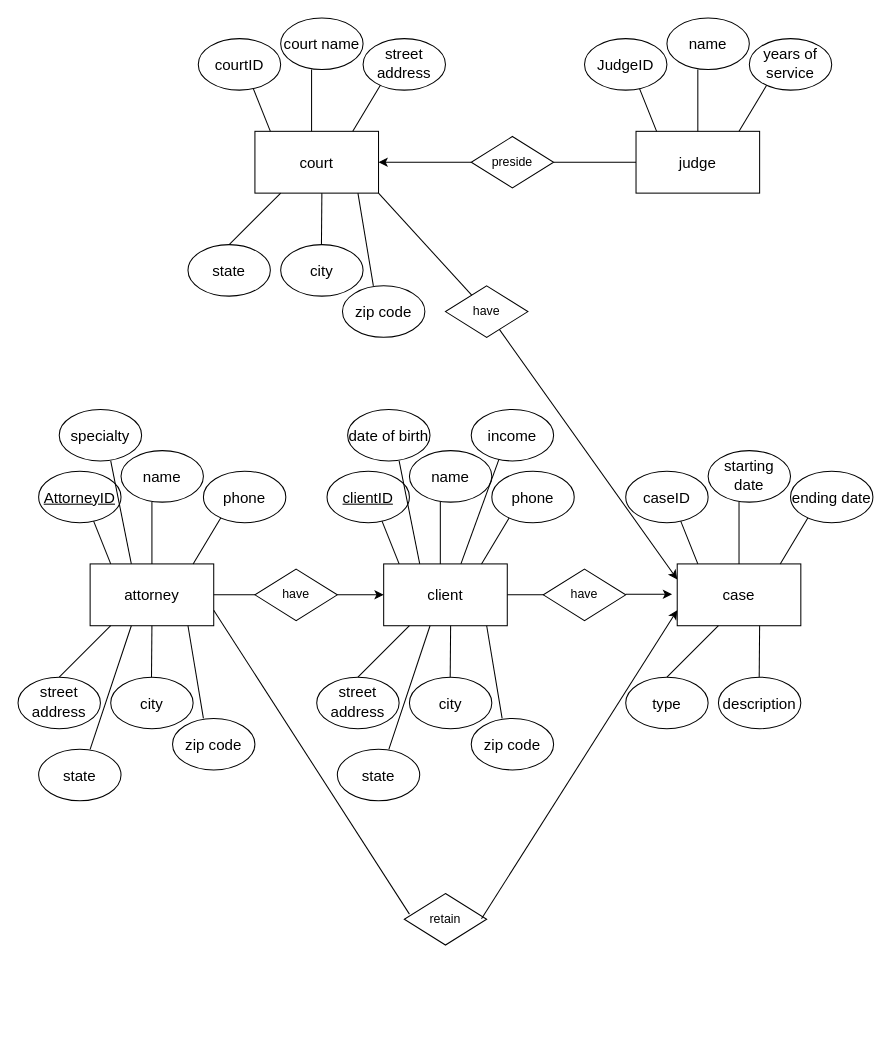
haoyuw10/CS411 keeps this draw.io diagram as HW4P1.drawio. Above is the earlier version. Source tidied: cells renumbered, new cells numbered last; positions are measured from the earlier drawing's top-left corner, leaving out a move shared by most shapes. Both pictures are drawn from the tidied source at 103%, with x=0, y=0 at pixel (18, 18).
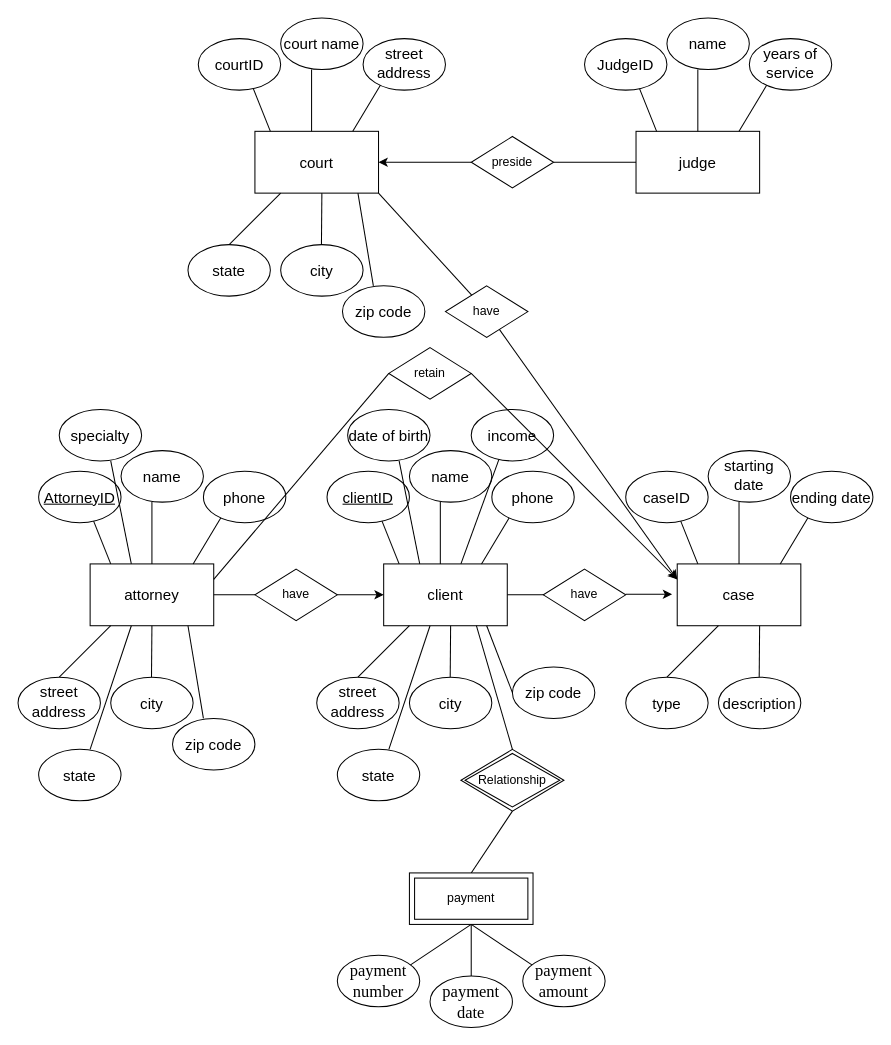
The same page after the edit.

Unchanged cells that the change refers to:
```xml
<mxCell id="2" value="&lt;span lang=&quot;EN&quot; style=&quot;font-size: 11pt ; line-height: 16.866666793823242px ; font-family: &amp;#34;arial&amp;#34; , sans-serif&quot;&gt;attorney&lt;/span&gt;&lt;span style=&quot;font-size: medium&quot;&gt;&lt;/span&gt;" style="rounded=0;whiteSpace=wrap;html=1;" parent="1" vertex="1">
  <mxGeometry x="70" y="530" width="120" height="60" as="geometry" />
</mxCell>
<mxCell id="3" value="&lt;span lang=&quot;EN&quot; style=&quot;font-size: 11pt ; line-height: 16.866666793823242px ; font-family: &amp;#34;arial&amp;#34; , sans-serif&quot;&gt;client&lt;/span&gt;&lt;span style=&quot;font-size: medium&quot;&gt;&lt;/span&gt;" style="rounded=0;whiteSpace=wrap;html=1;" parent="1" vertex="1">
  <mxGeometry x="355" y="530" width="120" height="60" as="geometry" />
</mxCell>
<mxCell id="6" value="&lt;span lang=&quot;EN&quot; style=&quot;font-size: 11pt ; line-height: 16.866666793823242px ; font-family: &amp;#34;arial&amp;#34; , sans-serif&quot;&gt;case&lt;/span&gt;&lt;span style=&quot;font-size: medium&quot;&gt;&lt;/span&gt;" style="rounded=0;whiteSpace=wrap;html=1;" parent="1" vertex="1">
  <mxGeometry x="640" y="530" width="120" height="60" as="geometry" />
</mxCell>
```

Change to the diagram source:
```diff
@@
     <mxCell id="38" value="&lt;span lang=&quot;EN&quot; style=&quot;font-size: 11pt ; line-height: 16.866666793823242px ; font-family: &amp;#34;arial&amp;#34; , sans-serif&quot;&gt;zip code&lt;/span&gt;&lt;span style=&quot;font-size: medium&quot;&gt;&lt;/span&gt;" style="ellipse;whiteSpace=wrap;html=1;" parent="1" vertex="1">
-      <mxGeometry x="440" y="680" width="80" height="50" as="geometry" />
+      <mxGeometry x="480" y="630" width="80" height="50" as="geometry" />
     </mxCell>
@@
-    <mxCell id="41" style="endArrow=none;html=1;" parent="1" edge="1">
+    <mxCell id="41" style="endArrow=none;html=1;exitX=0;exitY=0.5;exitDx=0;exitDy=0;" parent="1" edge="1" source="38">
       <mxGeometry relative="1" as="geometry">
-        <mxPoint x="470" y="680" as="sourcePoint" />
         <mxPoint x="455" y="590" as="targetPoint" />
       </mxGeometry>
     </mxCell>
@@
-    <mxCell id="57" style="endArrow=none;html=1;exitX=1;exitY=0.75;exitDx=0;exitDy=0;" parent="1" edge="1" source="2">
-      <mxGeometry relative="1" as="geometry">
-        <mxPoint x="380" y="870" as="targetPoint" />
-      </mxGeometry>
+    <mxCell id="57" style="endArrow=none;html=1;exitX=1;exitY=0.25;exitDx=0;exitDy=0;entryX=0;entryY=0.5;entryDx=0;entryDy=0;" parent="1" edge="1" source="2" target="58">
+      <mxGeometry relative="1" as="geometry" />
     </mxCell>
     <mxCell id="58" value="retain" style="rhombus;whiteSpace=wrap;html=1;" parent="1" vertex="1">
-      <mxGeometry x="375" y="850" width="80" height="50" as="geometry" />
+      <mxGeometry x="360" y="320" width="80" height="50" as="geometry" />
     </mxCell>
-    <mxCell id="59" style="endArrow=classic;html=1;entryX=0;entryY=0.75;entryDx=0;entryDy=0;" parent="1" edge="1" target="6">
-      <mxGeometry relative="1" as="geometry">
-        <mxPoint x="450" y="874.5" as="sourcePoint" />
-      </mxGeometry>
+    <mxCell id="59" style="endArrow=classic;html=1;entryX=0;entryY=0.25;entryDx=0;entryDy=0;exitX=1;exitY=0.5;exitDx=0;exitDy=0;" parent="1" edge="1" source="58" target="6">
+      <mxGeometry relative="1" as="geometry" />
     </mxCell>
@@
+    <mxCell id="84" value="Relationship" style="shape=rhombus;double=1;perimeter=rhombusPerimeter;whiteSpace=wrap;html=1;align=center;" parent="1" vertex="1">
+      <mxGeometry x="430" y="710" width="100" height="60" as="geometry" />
+    </mxCell>
+    <mxCell id="85" style="endArrow=none;html=1;entryX=0.75;entryY=1;entryDx=0;entryDy=0;" parent="1" edge="1" target="3">
+      <mxGeometry relative="1" as="geometry">
+        <mxPoint x="480" y="710" as="sourcePoint" />
+      </mxGeometry>
+    </mxCell>
+    <mxCell id="86" style="endArrow=none;html=1;exitX=0.5;exitY=0;exitDx=0;exitDy=0;" parent="1" edge="1" source="93">
+      <mxGeometry relative="1" as="geometry">
+        <mxPoint x="480" y="770" as="targetPoint" />
+      </mxGeometry>
+    </mxCell>
+    <mxCell id="87" style="endArrow=none;html=1;" parent="1" edge="1">
+      <mxGeometry relative="1" as="geometry">
+        <mxPoint x="380" y="920" as="sourcePoint" />
+        <mxPoint x="440" y="880" as="targetPoint" />
+      </mxGeometry>
+    </mxCell>
+    <mxCell id="88" style="endArrow=none;html=1;" parent="1" edge="1">
+      <mxGeometry relative="1" as="geometry">
+        <mxPoint x="440" y="930" as="sourcePoint" />
+        <mxPoint x="440" y="880" as="targetPoint" />
+      </mxGeometry>
+    </mxCell>
+    <mxCell id="89" style="endArrow=none;html=1;" parent="1" edge="1">
+      <mxGeometry relative="1" as="geometry">
+        <mxPoint x="500" y="920" as="sourcePoint" />
+        <mxPoint x="440" y="880" as="targetPoint" />
+      </mxGeometry>
+    </mxCell>
+    <mxCell id="90" value="&lt;span style=&quot;font-size: 12pt ; font-family: &amp;#34;times new roman&amp;#34; , serif&quot;&gt;payment amount&lt;/span&gt;&lt;span style=&quot;font-size: medium&quot;&gt;&lt;/span&gt;" style="ellipse;whiteSpace=wrap;html=1;" parent="1" vertex="1">
+      <mxGeometry x="490" y="910" width="80" height="50" as="geometry" />
+    </mxCell>
+    <mxCell id="91" value="&lt;span style=&quot;font-size: 12pt ; font-family: &amp;#34;times new roman&amp;#34; , serif&quot;&gt;payment number&lt;/span&gt;&lt;span style=&quot;font-size: medium&quot;&gt;&lt;/span&gt;" style="ellipse;whiteSpace=wrap;html=1;" parent="1" vertex="1">
+      <mxGeometry x="310" y="910" width="80" height="50" as="geometry" />
+    </mxCell>
+    <mxCell id="92" value="&lt;span style=&quot;font-size: 12pt ; font-family: &amp;#34;times new roman&amp;#34; , serif&quot;&gt;payment date&lt;/span&gt;&lt;span style=&quot;font-size: medium&quot;&gt;&lt;/span&gt;" style="ellipse;whiteSpace=wrap;html=1;" parent="1" vertex="1">
+      <mxGeometry x="400" y="930" width="80" height="50" as="geometry" />
+    </mxCell>
+    <mxCell id="93" value="payment" style="shape=ext;margin=3;double=1;whiteSpace=wrap;html=1;align=center;" parent="1" vertex="1">
+      <mxGeometry x="380" y="830" width="120" height="50" as="geometry" />
+    </mxCell>
```
